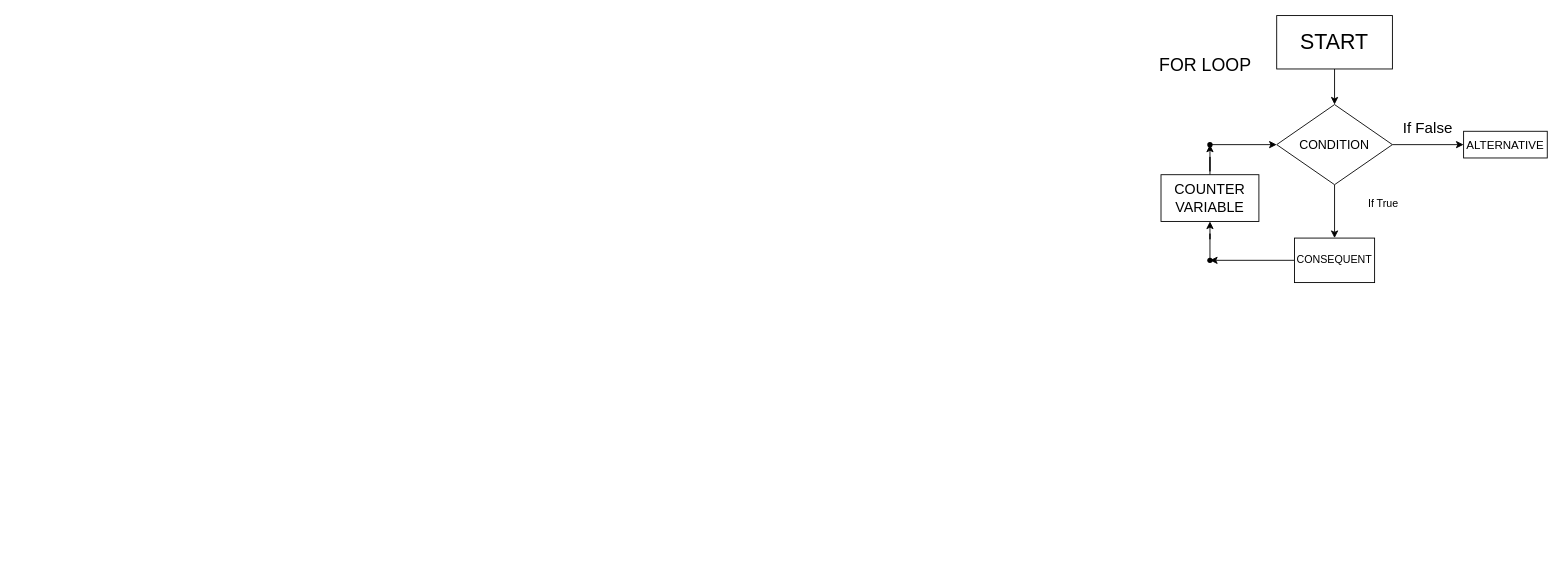
The draw.io diagram Flowcharts.drawio in CodyR243824/CodyR243824.github.io, before the edit. Source tidied: cells renumbered, new cells numbered last; positions are measured from the earlier drawing's top-left corner, leaving out a move shared by most shapes. Both pictures are drawn from the tidied source at 89%, with x=0, y=0 at pixel (1152, 15).
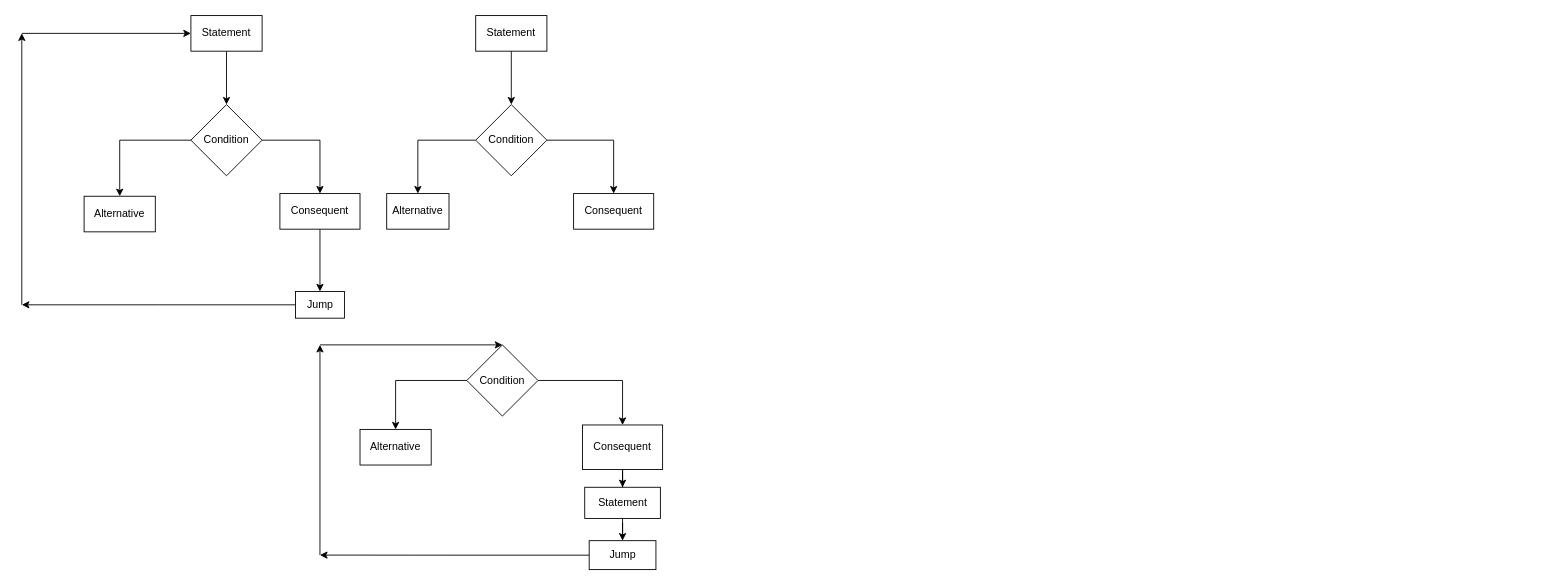
The same page after the edit.

The edit, as a diff of the source:
```diff
@@
-    <mxCell id="2" style="edgeStyle=orthogonalEdgeStyle;rounded=0;jettySize=auto;html=1;" parent="1" edge="1" source="3" target="6">
-      <mxGeometry relative="1" as="geometry" />
-    </mxCell>
-    <mxCell id="3" value="&lt;font style=&quot;font-size: 24px;&quot;&gt;START&lt;/font&gt;" style="rounded=0;whiteSpace=wrap;html=1;" parent="1" vertex="1">
-      <mxGeometry x="140" width="130" height="60" as="geometry" />
-    </mxCell>
-    <mxCell id="4" style="edgeStyle=orthogonalEdgeStyle;rounded=0;jettySize=auto;html=1;" parent="1" edge="1" source="6" target="7">
-      <mxGeometry relative="1" as="geometry" />
-    </mxCell>
-    <mxCell id="5" style="edgeStyle=orthogonalEdgeStyle;rounded=0;jettySize=auto;html=1;fontSize=30;" parent="1" edge="1" source="6" target="10">
-      <mxGeometry relative="1" as="geometry" />
-    </mxCell>
-    <mxCell id="6" value="&lt;font style=&quot;font-size: 14px;&quot;&gt;CONDITION&lt;/font&gt;" style="rhombus;whiteSpace=wrap;html=1;rounded=0;" parent="1" vertex="1">
-      <mxGeometry x="140" y="100" width="130" height="90" as="geometry" />
-    </mxCell>
-    <mxCell id="7" value="&lt;font style=&quot;font-size: 13px;&quot;&gt;ALTERNATIVE&lt;/font&gt;" style="whiteSpace=wrap;html=1;rounded=0;" parent="1" vertex="1">
-      <mxGeometry x="350" y="130" width="94" height="30" as="geometry" />
-    </mxCell>
-    <mxCell id="8" value="&lt;font style=&quot;font-size: 12px;&quot;&gt;If True&lt;/font&gt;" style="text;strokeColor=none;align=center;fillColor=none;html=1;verticalAlign=middle;whiteSpace=wrap;rounded=0;fontSize=30;" parent="1" vertex="1">
-      <mxGeometry x="230" y="190" width="60" height="30" as="geometry" />
-    </mxCell>
-    <mxCell id="9" style="edgeStyle=orthogonalEdgeStyle;rounded=0;jettySize=auto;html=1;fontSize=16;" parent="1" edge="1" source="10" target="15">
-      <mxGeometry relative="1" as="geometry" />
-    </mxCell>
-    <mxCell id="10" value="&lt;font style=&quot;font-size: 12px;&quot;&gt;CONSEQUENT&lt;/font&gt;" style="whiteSpace=wrap;html=1;rounded=0;" parent="1" vertex="1">
-      <mxGeometry x="160" y="250" width="90" height="50" as="geometry" />
-    </mxCell>
-    <mxCell id="11" style="edgeStyle=orthogonalEdgeStyle;rounded=0;jettySize=auto;html=1;fontSize=16;" parent="1" edge="1" source="12" target="17">
-      <mxGeometry relative="1" as="geometry" />
-    </mxCell>
-    <mxCell id="12" value="&lt;font style=&quot;font-size: 16px;&quot;&gt;COUNTER&lt;br&gt;VARIABLE&lt;/font&gt;" style="whiteSpace=wrap;html=1;sketch=0;rounded=0;" parent="1" vertex="1">
-      <mxGeometry x="10" y="178.8" width="110" height="52.5" as="geometry" />
-    </mxCell>
-    <mxCell id="13" value="&lt;font style=&quot;font-size: 17px;&quot;&gt;If False&lt;/font&gt;" style="text;strokeColor=none;align=center;fillColor=none;html=1;verticalAlign=middle;whiteSpace=wrap;rounded=0;fontSize=22;" parent="1" vertex="1">
-      <mxGeometry x="250" y="110" width="120" height="30" as="geometry" />
-    </mxCell>
-    <mxCell id="14" style="edgeStyle=orthogonalEdgeStyle;rounded=0;jettySize=auto;html=1;fontSize=16;" parent="1" edge="1" source="15" target="12">
-      <mxGeometry relative="1" as="geometry" />
-    </mxCell>
-    <mxCell id="15" style="shape=waypoint;sketch=0;size=6;points=[];fillColor=default;perimeter=centerPerimeter;snapToPoint=1;rounded=0;fontSize=16;" parent="1" vertex="1">
-      <mxGeometry x="55" y="265" width="20" height="20" as="geometry" />
-    </mxCell>
-    <mxCell id="16" style="edgeStyle=orthogonalEdgeStyle;rounded=0;jettySize=auto;html=1;fontSize=16;" parent="1" edge="1" source="17" target="6">
-      <mxGeometry relative="1" as="geometry" />
-    </mxCell>
-    <mxCell id="17" style="shape=waypoint;sketch=0;size=6;points=[];fillColor=default;perimeter=centerPerimeter;snapToPoint=1;rounded=0;" parent="1" vertex="1">
-      <mxGeometry x="55" y="135" width="20" height="20" as="geometry" />
-    </mxCell>
-    <mxCell id="18" value="&lt;font style=&quot;font-size: 20px;&quot;&gt;FOR LOOP&lt;/font&gt;" style="text;strokeColor=none;align=center;fillColor=none;html=1;verticalAlign=middle;whiteSpace=wrap;rounded=0;fontSize=16;" parent="1" vertex="1">
-      <mxGeometry y="10" width="120" height="90" as="geometry" />
-    </mxCell>
+    <mxCell id="19" style="edgeStyle=orthogonalEdgeStyle;rounded=0;jettySize=auto;html=1;" parent="1" edge="1" source="20" target="23">
+      <mxGeometry relative="1" as="geometry" />
+    </mxCell>
+    <mxCell id="20" value="Statement" style="rounded=0;whiteSpace=wrap;html=1;" parent="1" vertex="1">
+      <mxGeometry x="-1080" width="80" height="40" as="geometry" />
+    </mxCell>
+    <mxCell id="21" style="edgeStyle=orthogonalEdgeStyle;rounded=0;jettySize=auto;html=1;" parent="1" edge="1" source="23" target="24">
+      <mxGeometry relative="1" as="geometry" />
+    </mxCell>
+    <mxCell id="22" style="edgeStyle=orthogonalEdgeStyle;rounded=0;jettySize=auto;html=1;" parent="1" edge="1" source="23" target="26">
+      <mxGeometry relative="1" as="geometry" />
+    </mxCell>
+    <mxCell id="23" value="Condition" style="rhombus;whiteSpace=wrap;html=1;rounded=0;" parent="1" vertex="1">
+      <mxGeometry x="-1080" y="100" width="80" height="80" as="geometry" />
+    </mxCell>
+    <mxCell id="24" value="Alternative" style="whiteSpace=wrap;html=1;rounded=0;" parent="1" vertex="1">
+      <mxGeometry x="-1200" y="203" width="80" height="40" as="geometry" />
+    </mxCell>
+    <mxCell id="25" style="edgeStyle=orthogonalEdgeStyle;rounded=0;jettySize=auto;html=1;" parent="1" edge="1" source="26" target="28">
+      <mxGeometry relative="1" as="geometry" />
+    </mxCell>
+    <mxCell id="26" value="Consequent" style="whiteSpace=wrap;html=1;rounded=0;" parent="1" vertex="1">
+      <mxGeometry x="-980" y="200" width="90" height="40" as="geometry" />
+    </mxCell>
+    <mxCell id="27" style="edgeStyle=orthogonalEdgeStyle;rounded=0;jettySize=auto;html=1;" parent="1" edge="1" source="28">
+      <mxGeometry relative="1" as="geometry">
+        <mxPoint x="-1270" y="325" as="targetPoint" />
+      </mxGeometry>
+    </mxCell>
+    <mxCell id="28" value="Jump" style="whiteSpace=wrap;html=1;rounded=0;" parent="1" vertex="1">
+      <mxGeometry x="-962.5" y="310" width="55" height="30" as="geometry" />
+    </mxCell>
+    <mxCell id="29" style="edgeStyle=orthogonalEdgeStyle;rounded=0;orthogonalLoop=1;jettySize=auto;html=1;" parent="1" edge="1">
+      <mxGeometry relative="1" as="geometry">
+        <mxPoint x="-1270" y="325" as="sourcePoint" />
+        <mxPoint x="-1270" y="20" as="targetPoint" />
+      </mxGeometry>
+    </mxCell>
+    <mxCell id="30" style="edgeStyle=orthogonalEdgeStyle;rounded=0;orthogonalLoop=1;jettySize=auto;html=1;" parent="1" edge="1">
+      <mxGeometry relative="1" as="geometry">
+        <mxPoint x="-1270" y="20" as="sourcePoint" />
+        <mxPoint x="-1080" y="20" as="targetPoint" />
+      </mxGeometry>
+    </mxCell>
+    <mxCell id="31" style="edgeStyle=orthogonalEdgeStyle;rounded=0;jettySize=auto;html=1;" parent="1" edge="1" source="32" target="35">
+      <mxGeometry relative="1" as="geometry" />
+    </mxCell>
+    <mxCell id="32" value="Statement" style="rounded=0;whiteSpace=wrap;html=1;" parent="1" vertex="1">
+      <mxGeometry x="-760" width="80" height="40" as="geometry" />
+    </mxCell>
+    <mxCell id="33" style="edgeStyle=orthogonalEdgeStyle;rounded=0;jettySize=auto;html=1;" parent="1" edge="1" source="35" target="36">
+      <mxGeometry relative="1" as="geometry" />
+    </mxCell>
+    <mxCell id="34" style="edgeStyle=orthogonalEdgeStyle;rounded=0;jettySize=auto;html=1;" parent="1" edge="1" source="35" target="37">
+      <mxGeometry relative="1" as="geometry" />
+    </mxCell>
+    <mxCell id="35" value="Condition" style="rhombus;whiteSpace=wrap;html=1;rounded=0;" parent="1" vertex="1">
+      <mxGeometry x="-760" y="100" width="80" height="80" as="geometry" />
+    </mxCell>
+    <mxCell id="36" value="Alternative" style="whiteSpace=wrap;html=1;rounded=0;" parent="1" vertex="1">
+      <mxGeometry x="-860" y="200" width="70" height="40" as="geometry" />
+    </mxCell>
+    <mxCell id="37" value="Consequent" style="whiteSpace=wrap;html=1;rounded=0;" parent="1" vertex="1">
+      <mxGeometry x="-650" y="200" width="90" height="40" as="geometry" />
+    </mxCell>
+    <mxCell id="38" style="edgeStyle=orthogonalEdgeStyle;rounded=0;jettySize=auto;html=1;" parent="1" edge="1" source="40" target="42">
+      <mxGeometry relative="1" as="geometry" />
+    </mxCell>
+    <mxCell id="39" style="edgeStyle=orthogonalEdgeStyle;rounded=0;jettySize=auto;html=1;" parent="1" edge="1" source="40" target="47">
+      <mxGeometry relative="1" as="geometry" />
+    </mxCell>
+    <mxCell id="40" value="Condition" style="rhombus;whiteSpace=wrap;html=1;" parent="1" vertex="1">
+      <mxGeometry x="-770" y="370" width="80" height="80" as="geometry" />
+    </mxCell>
+    <mxCell id="41" style="edgeStyle=orthogonalEdgeStyle;rounded=0;jettySize=auto;html=1;" parent="1" edge="1" source="42" target="44">
+      <mxGeometry relative="1" as="geometry" />
+    </mxCell>
+    <mxCell id="42" value="Consequent" style="whiteSpace=wrap;html=1;" parent="1" vertex="1">
+      <mxGeometry x="-640" y="460" width="90" height="50" as="geometry" />
+    </mxCell>
+    <mxCell id="43" style="edgeStyle=orthogonalEdgeStyle;rounded=0;jettySize=auto;html=1;" parent="1" edge="1" source="44" target="46">
+      <mxGeometry relative="1" as="geometry" />
+    </mxCell>
+    <mxCell id="44" value="Statement" style="whiteSpace=wrap;html=1;" parent="1" vertex="1">
+      <mxGeometry x="-637.5" y="530" width="85" height="35" as="geometry" />
+    </mxCell>
+    <mxCell id="45" style="edgeStyle=orthogonalEdgeStyle;rounded=0;jettySize=auto;html=1;" parent="1" edge="1" source="46">
+      <mxGeometry relative="1" as="geometry">
+        <mxPoint x="-935" y="606.2" as="targetPoint" />
+      </mxGeometry>
+    </mxCell>
+    <mxCell id="46" value="Jump" style="whiteSpace=wrap;html=1;" parent="1" vertex="1">
+      <mxGeometry x="-632.5" y="590" width="75" height="32.5" as="geometry" />
+    </mxCell>
+    <mxCell id="47" value="Alternative" style="whiteSpace=wrap;html=1;" parent="1" vertex="1">
+      <mxGeometry x="-890" y="465" width="80" height="40" as="geometry" />
+    </mxCell>
+    <mxCell id="48" style="edgeStyle=orthogonalEdgeStyle;rounded=0;orthogonalLoop=1;jettySize=auto;html=1;" parent="1" edge="1">
+      <mxGeometry relative="1" as="geometry">
+        <mxPoint x="-935" y="606.2" as="sourcePoint" />
+        <mxPoint x="-935" y="370" as="targetPoint" />
+      </mxGeometry>
+    </mxCell>
+    <mxCell id="49" style="edgeStyle=orthogonalEdgeStyle;rounded=0;orthogonalLoop=1;jettySize=auto;html=1;" parent="1" edge="1">
+      <mxGeometry relative="1" as="geometry">
+        <mxPoint x="-935" y="370" as="sourcePoint" />
+        <mxPoint x="-730" y="370" as="targetPoint" />
+      </mxGeometry>
+    </mxCell>
```
